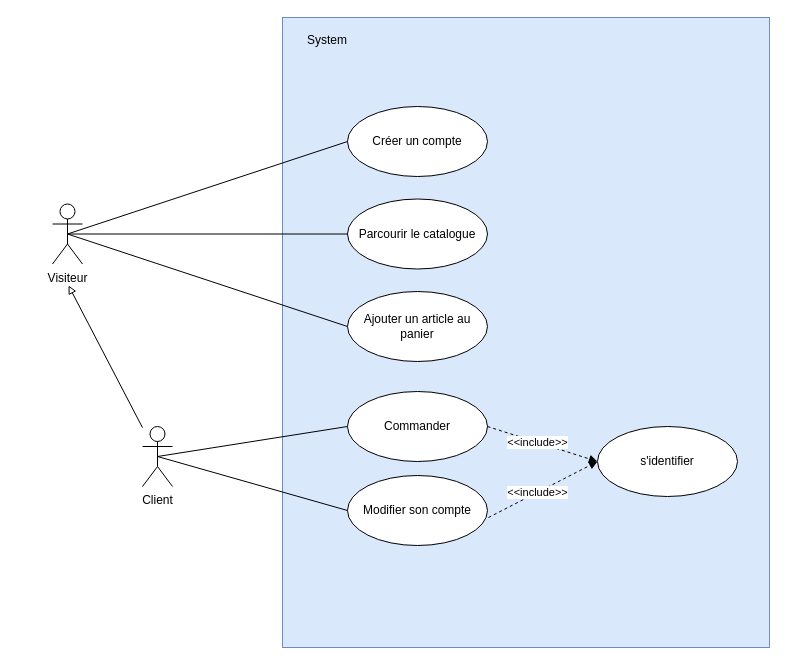
vinsbld/OCP keeps this draw.io diagram as Diagramme de cas d'utilisation 1.drawio. Above is the earlier version. Source tidied: cells renumbered, new cells numbered last; positions are measured from the earlier drawing's top-left corner, leaving out a move shared by most shapes. Both pictures are drawn from the tidied source at 100%, with x=0, y=0 at pixel (52, 17).
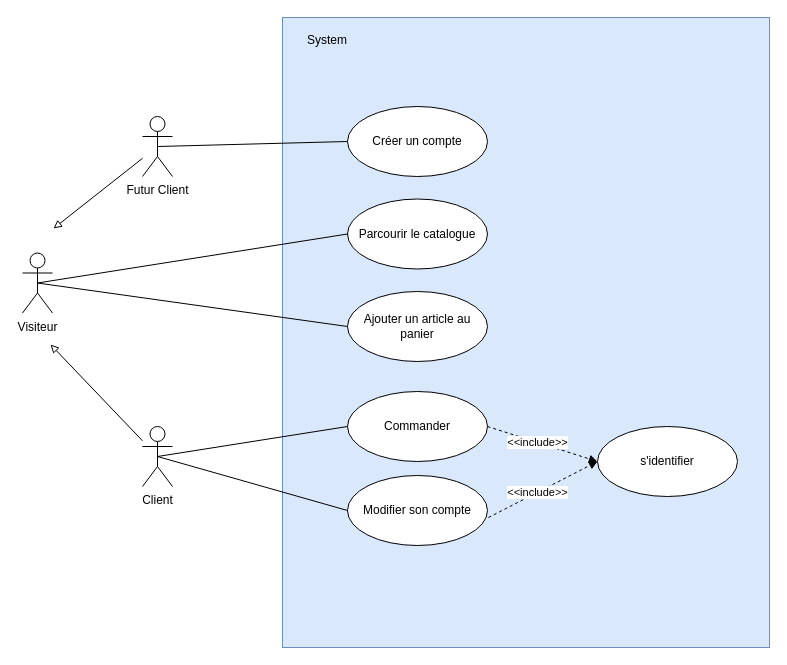
The same diagram, later.

Unchanged cells that the change refers to:
```xml
<mxCell id="5" value="Client" style="shape=umlActor;verticalLabelPosition=bottom;labelBackgroundColor=#ffffff;verticalAlign=top;html=1;" parent="1" vertex="1">
  <mxGeometry x="90" y="409" width="30" height="60" as="geometry" />
</mxCell>
<mxCell id="6" value="Créer un compte" style="ellipse;whiteSpace=wrap;html=1;" parent="1" vertex="1">
  <mxGeometry x="295" y="89" width="140" height="70" as="geometry" />
</mxCell>
```

The edit, as a diff of the source:
```diff
@@
     <mxCell id="3" value="Visiteur" style="shape=umlActor;verticalLabelPosition=bottom;labelBackgroundColor=#ffffff;verticalAlign=top;html=1;" parent="1" vertex="1">
-      <mxGeometry y="186.5" width="30" height="60" as="geometry" />
+      <mxGeometry x="-30" y="235.5" width="30" height="60" as="geometry" />
     </mxCell>
     <mxCell id="4" style="edgeStyle=none;rounded=0;jettySize=auto;html=1;endArrow=block;endFill=0;" parent="1" edge="1" source="5">
       <mxGeometry relative="1" as="geometry">
-        <mxPoint x="16" y="268" as="targetPoint" />
+        <mxPoint x="-2" y="327" as="targetPoint" />
       </mxGeometry>
     </mxCell>
@@
-    <mxCell id="11" style="endArrow=none;html=1;entryX=0;entryY=0.5;entryDx=0;entryDy=0;exitX=0.5;exitY=0.5;exitDx=0;exitDy=0;exitPerimeter=0;" parent="1" edge="1" source="3" target="6">
+    <mxCell id="11" style="endArrow=none;html=1;entryX=0;entryY=0.5;entryDx=0;entryDy=0;exitX=0.5;exitY=0.5;exitDx=0;exitDy=0;exitPerimeter=0;" parent="1" edge="1" source="21" target="6">
       <mxGeometry relative="1" as="geometry" />
     </mxCell>
@@
+    <mxCell id="20" style="rounded=0;jettySize=auto;html=1;endArrow=block;endFill=0;" parent="1" edge="1" source="21">
+      <mxGeometry relative="1" as="geometry">
+        <mxPoint x="1" y="211" as="targetPoint" />
+      </mxGeometry>
+    </mxCell>
+    <mxCell id="21" value="Futur Client" style="shape=umlActor;verticalLabelPosition=bottom;labelBackgroundColor=#ffffff;verticalAlign=top;html=1;" parent="1" vertex="1">
+      <mxGeometry x="90" y="99" width="30" height="60" as="geometry" />
+    </mxCell>
```
